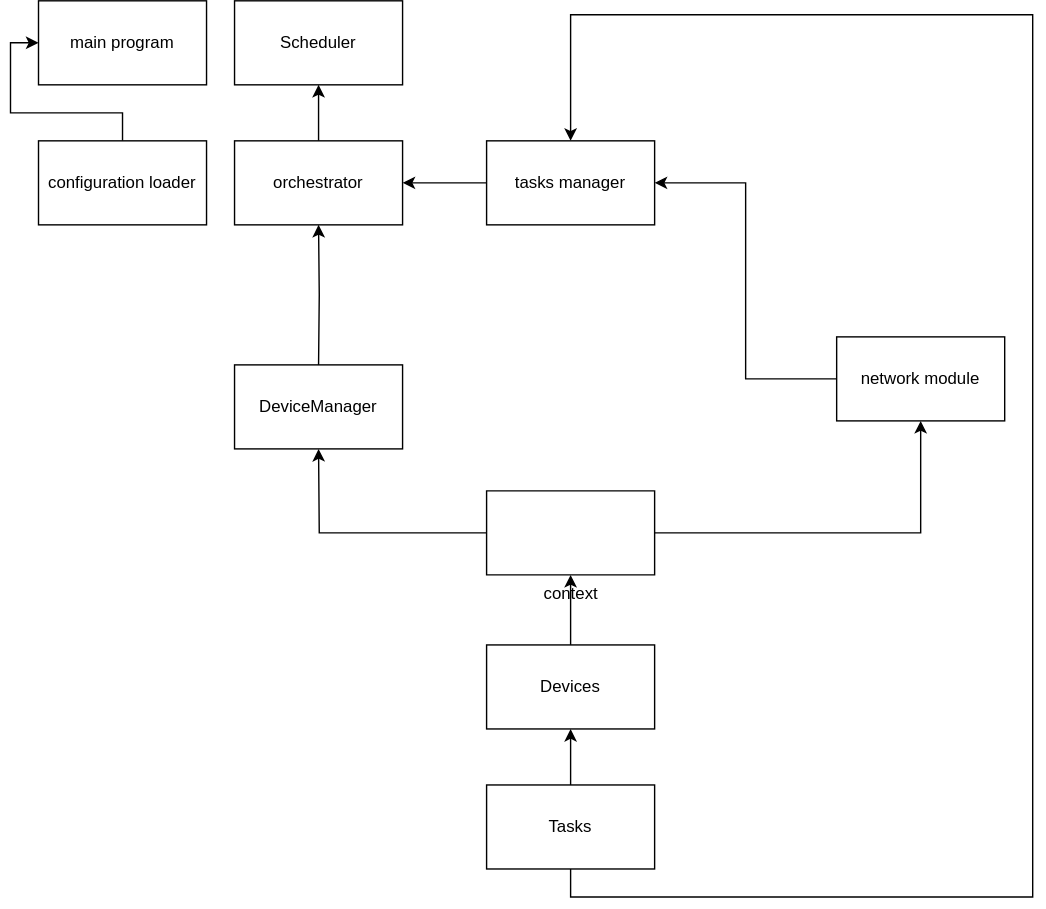
This is 1.drawio.svg from PrecureKamiyu/simple-sim, a draw.io export, as it was before one commit. Source tidied: cells renumbered, new cells last; positions are measured from the earlier drawing's top-left corner, leaving out a move shared by most shapes.
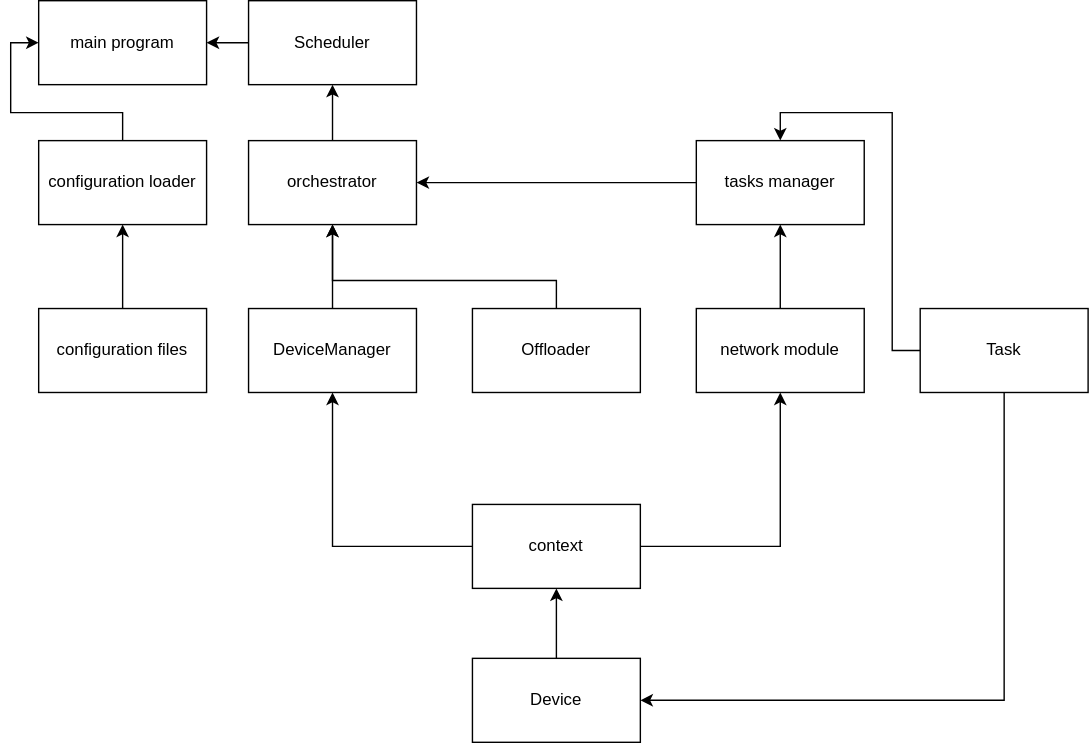
Above is the later version.

Commit message:
update: update the structure diagram for readme

Change to the diagram source:
```diff
@@ -2,76 +2,94 @@
   <root>
     <mxCell id="0" />
     <mxCell id="1" parent="0" />
-    <mxCell id="2" style="edgeStyle=orthogonalEdgeStyle;rounded=0;jettySize=auto;html=1;" parent="1" edge="1" source="4">
-      <mxGeometry relative="1" as="geometry">
-        <mxPoint x="200" y="320" as="targetPoint" />
-      </mxGeometry>
-    </mxCell>
-    <mxCell id="3" style="edgeStyle=orthogonalEdgeStyle;rounded=0;jettySize=auto;html=1;entryX=0.5;entryY=1;entryDx=0;entryDy=0;" parent="1" edge="1" source="4" target="7">
-      <mxGeometry relative="1" as="geometry" />
-    </mxCell>
-    <mxCell id="4" value="context" style="verticalLabelPosition=bottom;verticalAlign=top;html=1;shape=mxgraph.basic.rect;fillColor2=none;strokeWidth=1;size=20;indent=0;" parent="1" vertex="1">
-      <mxGeometry x="320" y="350" width="120" height="60" as="geometry" />
-    </mxCell>
-    <mxCell id="5" style="edgeStyle=orthogonalEdgeStyle;rounded=0;jettySize=auto;html=1;entryX=0.5;entryY=1;entryDx=0;entryDy=0;" parent="1" edge="1" target="14">
-      <mxGeometry relative="1" as="geometry">
-        <mxPoint x="200" y="260" as="sourcePoint" />
-      </mxGeometry>
+    <mxCell id="5" style="edgeStyle=orthogonalEdgeStyle;rounded=0;jettySize=auto;html=1;entryX=0.5;entryY=1;entryDx=0;entryDy=0;" parent="1" edge="1" source="21" target="14">
+      <mxGeometry relative="1" as="geometry" />
     </mxCell>
-    <mxCell id="6" style="edgeStyle=orthogonalEdgeStyle;rounded=0;jettySize=auto;html=1;entryX=1;entryY=0.5;entryDx=0;entryDy=0;" parent="1" edge="1" source="7" target="16">
+    <mxCell id="6" style="edgeStyle=orthogonalEdgeStyle;rounded=0;jettySize=auto;html=1;entryX=0.5;entryY=1;entryDx=0;entryDy=0;" parent="1" edge="1" source="7" target="16">
       <mxGeometry relative="1" as="geometry" />
     </mxCell>
     <mxCell id="7" value="network module" style="rounded=0;whiteSpace=wrap;html=1;" parent="1" vertex="1">
-      <mxGeometry x="570" y="240" width="120" height="60" as="geometry" />
+      <mxGeometry x="440" y="220" width="120" height="60" as="geometry" />
     </mxCell>
-    <mxCell id="8" style="edgeStyle=orthogonalEdgeStyle;rounded=0;jettySize=auto;html=1;" parent="1" edge="1" source="9" target="4">
+    <mxCell id="8" style="edgeStyle=orthogonalEdgeStyle;rounded=0;jettySize=auto;html=1;entryX=0.5;entryY=1;entryDx=0;entryDy=0;" parent="1" edge="1" source="9" target="4">
       <mxGeometry relative="1" as="geometry" />
     </mxCell>
-    <mxCell id="9" value="Devices" style="rounded=0;whiteSpace=wrap;html=1;" parent="1" vertex="1">
-      <mxGeometry x="320" y="460" width="120" height="60" as="geometry" />
+    <mxCell id="9" value="Device" style="rounded=0;whiteSpace=wrap;html=1;" parent="1" vertex="1">
+      <mxGeometry x="280" y="470" width="120" height="60" as="geometry" />
     </mxCell>
     <mxCell id="10" style="edgeStyle=orthogonalEdgeStyle;rounded=0;jettySize=auto;html=1;entryX=0.5;entryY=0;entryDx=0;entryDy=0;" parent="1" edge="1" source="11" target="16">
-      <mxGeometry relative="1" as="geometry">
-        <Array as="points">
-          <mxPoint x="380" y="640" />
-          <mxPoint x="710" y="640" />
-          <mxPoint x="710" y="10" />
-          <mxPoint x="380" y="10" />
-        </Array>
-      </mxGeometry>
+      <mxGeometry relative="1" as="geometry" />
     </mxCell>
+    <mxCell id="12" style="edgeStyle=orthogonalEdgeStyle;rounded=0;jettySize=auto;html=1;entryX=1;entryY=0.5;entryDx=0;entryDy=0;" parent="1" edge="1" source="11" target="9">
+      <mxGeometry relative="1" as="geometry">
+        <Array as="points">
+          <mxPoint x="660" y="500" />
+        </Array>
+      </mxGeometry>
+    </mxCell>
-    <mxCell id="11" value="Tasks" style="rounded=0;whiteSpace=wrap;html=1;" parent="1" vertex="1">
-      <mxGeometry x="320" y="560" width="120" height="60" as="geometry" />
+    <mxCell id="11" value="Task" style="rounded=0;whiteSpace=wrap;html=1;" parent="1" vertex="1">
+      <mxGeometry x="600" y="220" width="120" height="60" as="geometry" />
     </mxCell>
-    <mxCell id="12" style="edgeStyle=orthogonalEdgeStyle;rounded=0;jettySize=auto;html=1;entryX=0.5;entryY=1;entryDx=0;entryDy=0;" parent="1" edge="1" source="11" target="9">
-      <mxGeometry relative="1" as="geometry" />
-    </mxCell>
     <mxCell id="13" style="edgeStyle=orthogonalEdgeStyle;rounded=0;jettySize=auto;html=1;entryX=0.5;entryY=1;entryDx=0;entryDy=0;" parent="1" edge="1" source="14" target="17">
       <mxGeometry relative="1" as="geometry" />
     </mxCell>
     <mxCell id="14" value="orchestrator" style="rounded=0;whiteSpace=wrap;html=1;" parent="1" vertex="1">
-      <mxGeometry x="140" y="100" width="120" height="60" as="geometry" />
+      <mxGeometry x="120" y="100" width="120" height="60" as="geometry" />
     </mxCell>
     <mxCell id="15" style="edgeStyle=orthogonalEdgeStyle;rounded=0;jettySize=auto;html=1;entryX=1;entryY=0.5;entryDx=0;entryDy=0;" parent="1" edge="1" source="16" target="14">
       <mxGeometry relative="1" as="geometry" />
     </mxCell>
     <mxCell id="16" value="tasks manager" style="rounded=0;whiteSpace=wrap;html=1;" parent="1" vertex="1">
-      <mxGeometry x="320" y="100" width="120" height="60" as="geometry" />
+      <mxGeometry x="440" y="100" width="120" height="60" as="geometry" />
     </mxCell>
+    <mxCell id="22" style="edgeStyle=orthogonalEdgeStyle;rounded=0;jettySize=auto;html=1;" parent="1" edge="1" source="17" target="20">
+      <mxGeometry relative="1" as="geometry" />
+    </mxCell>
     <mxCell id="17" value="Scheduler" style="rounded=0;whiteSpace=wrap;html=1;" parent="1" vertex="1">
-      <mxGeometry x="140" width="120" height="60" as="geometry" />
+      <mxGeometry x="120" width="120" height="60" as="geometry" />
     </mxCell>
     <mxCell id="18" style="edgeStyle=orthogonalEdgeStyle;rounded=0;jettySize=auto;html=1;entryX=0;entryY=0.5;entryDx=0;entryDy=0;" parent="1" edge="1" source="19" target="20">
       <mxGeometry relative="1" as="geometry" />
     </mxCell>
     <mxCell id="19" value="configuration loader" style="rounded=0;whiteSpace=wrap;html=1;" parent="1" vertex="1">
-      <mxGeometry y="100" width="120" height="60" as="geometry" />
+      <mxGeometry x="-30" y="100" width="120" height="60" as="geometry" />
     </mxCell>
     <mxCell id="20" value="main program" style="rounded=0;whiteSpace=wrap;html=1;" parent="1" vertex="1">
-      <mxGeometry width="120" height="60" as="geometry" />
+      <mxGeometry x="-30" width="120" height="60" as="geometry" />
     </mxCell>
+    <mxCell id="23" style="edgeStyle=orthogonalEdgeStyle;rounded=0;jettySize=auto;html=1;entryX=0.5;entryY=1;entryDx=0;entryDy=0;" parent="1" edge="1" source="4" target="21">
+      <mxGeometry relative="1" as="geometry" />
+    </mxCell>
+    <mxCell id="3" style="edgeStyle=orthogonalEdgeStyle;rounded=0;jettySize=auto;html=1;entryX=0.5;entryY=1;entryDx=0;entryDy=0;" parent="1" edge="1" source="4" target="7">
+      <mxGeometry relative="1" as="geometry" />
+    </mxCell>
+    <mxCell id="4" value="context" style="rounded=0;whiteSpace=wrap;html=1;" parent="1" vertex="1">
+      <mxGeometry x="280" y="360" width="120" height="60" as="geometry" />
+    </mxCell>
+    <mxCell id="24" style="edgeStyle=orthogonalEdgeStyle;rounded=0;jettySize=auto;html=1;entryX=0.5;entryY=1;entryDx=0;entryDy=0;" parent="1" edge="1" target="21">
+      <mxGeometry relative="1" as="geometry">
+        <mxPoint x="200" y="260" as="sourcePoint" />
+      </mxGeometry>
+    </mxCell>
     <mxCell id="21" value="DeviceManager" style="rounded=0;whiteSpace=wrap;html=1;" parent="1" vertex="1">
-      <mxGeometry x="140" y="260" width="120" height="60" as="geometry" />
+      <mxGeometry x="120" y="220" width="120" height="60" as="geometry" />
     </mxCell>
+    <mxCell id="25" style="edgeStyle=orthogonalEdgeStyle;rounded=0;jettySize=auto;html=1;entryX=0.5;entryY=1;entryDx=0;entryDy=0;" parent="1" edge="1" source="26" target="14">
+      <mxGeometry relative="1" as="geometry">
+        <Array as="points">
+          <mxPoint x="340" y="200" />
+          <mxPoint x="180" y="200" />
+        </Array>
+      </mxGeometry>
+    </mxCell>
+    <mxCell id="26" value="Offloader" style="whiteSpace=wrap;html=1;" parent="1" vertex="1">
+      <mxGeometry x="280" y="220" width="120" height="60" as="geometry" />
+    </mxCell>
+    <mxCell id="27" style="edgeStyle=orthogonalEdgeStyle;rounded=0;jettySize=auto;html=1;entryX=0.5;entryY=1;entryDx=0;entryDy=0;" parent="1" edge="1" source="28" target="19">
+      <mxGeometry relative="1" as="geometry" />
+    </mxCell>
+    <mxCell id="28" value="configuration files" style="rounded=0;whiteSpace=wrap;html=1;" parent="1" vertex="1">
+      <mxGeometry x="-30" y="220" width="120" height="60" as="geometry" />
+    </mxCell>
   </root>
 </mxGraphModel>
```
